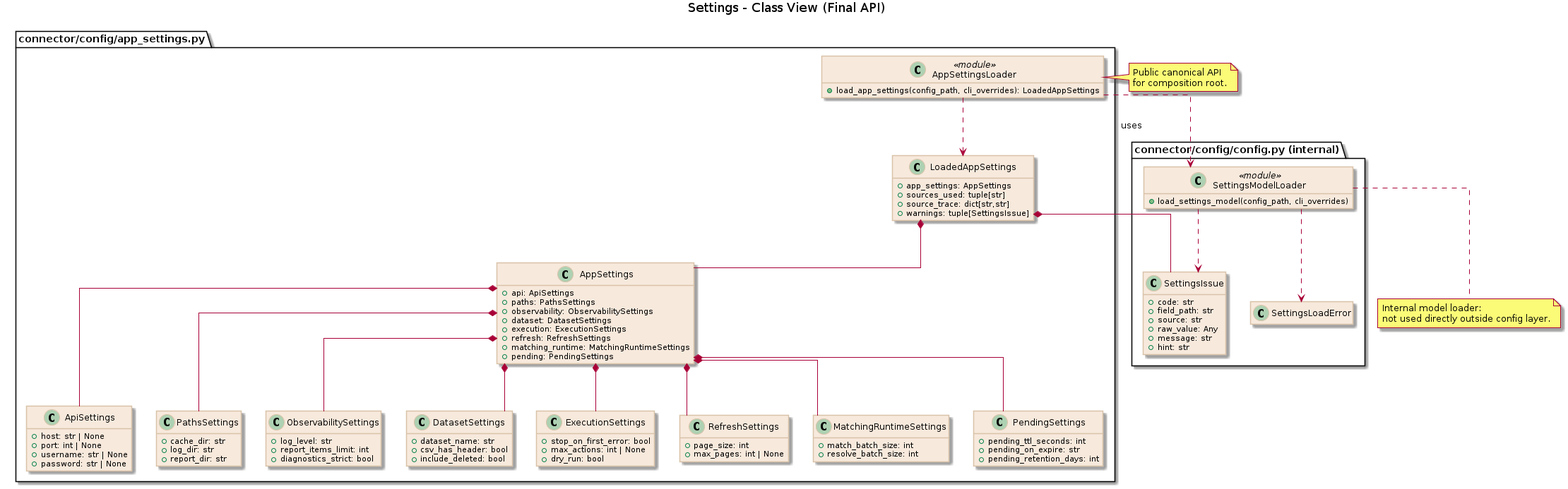
Before: docs/uml/config/settings_class.png, a diagram exported from PlantUML (xORex-LC/nexus-etl). Its source is kept beside it as docs/uml/config/settings_class.puml.
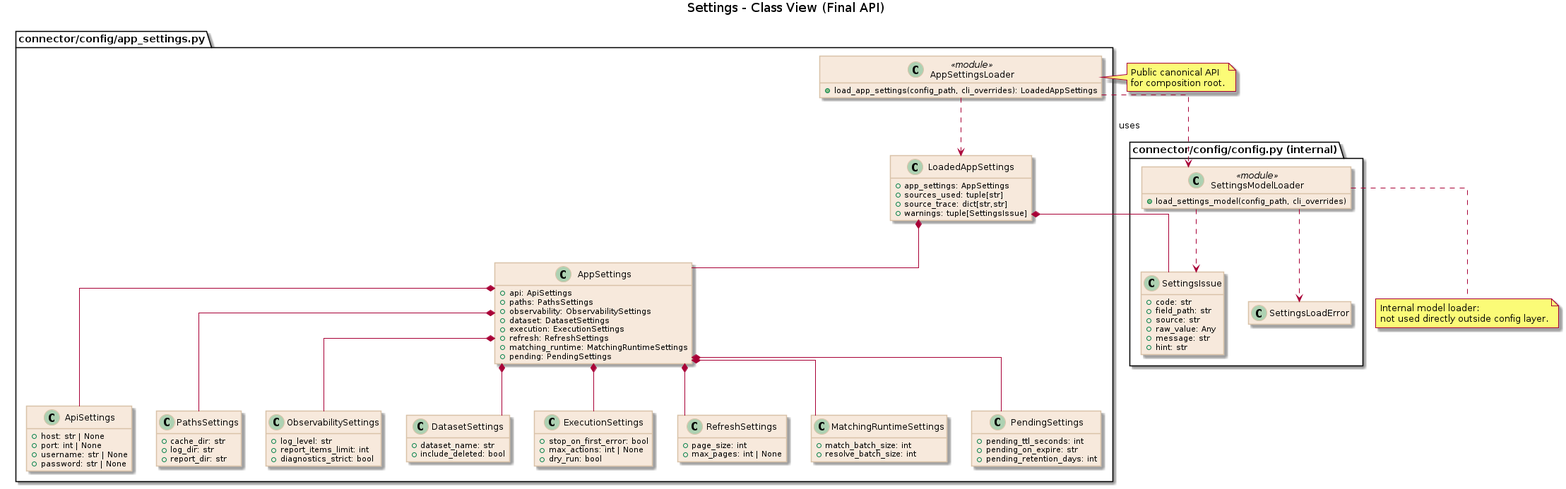
The same file after the commit.

Commit message:
TRANSFORM-DEC-009 Stage 12: sync docs and tests with DSL-owned source header

What changed in the source:
```diff
@@ -48,7 +48,6 @@
   }
   class DatasetSettings {
     +dataset_name: str
-    +source_has_header: bool
     +include_deleted: bool
   }
   class ExecutionSettings {
```
